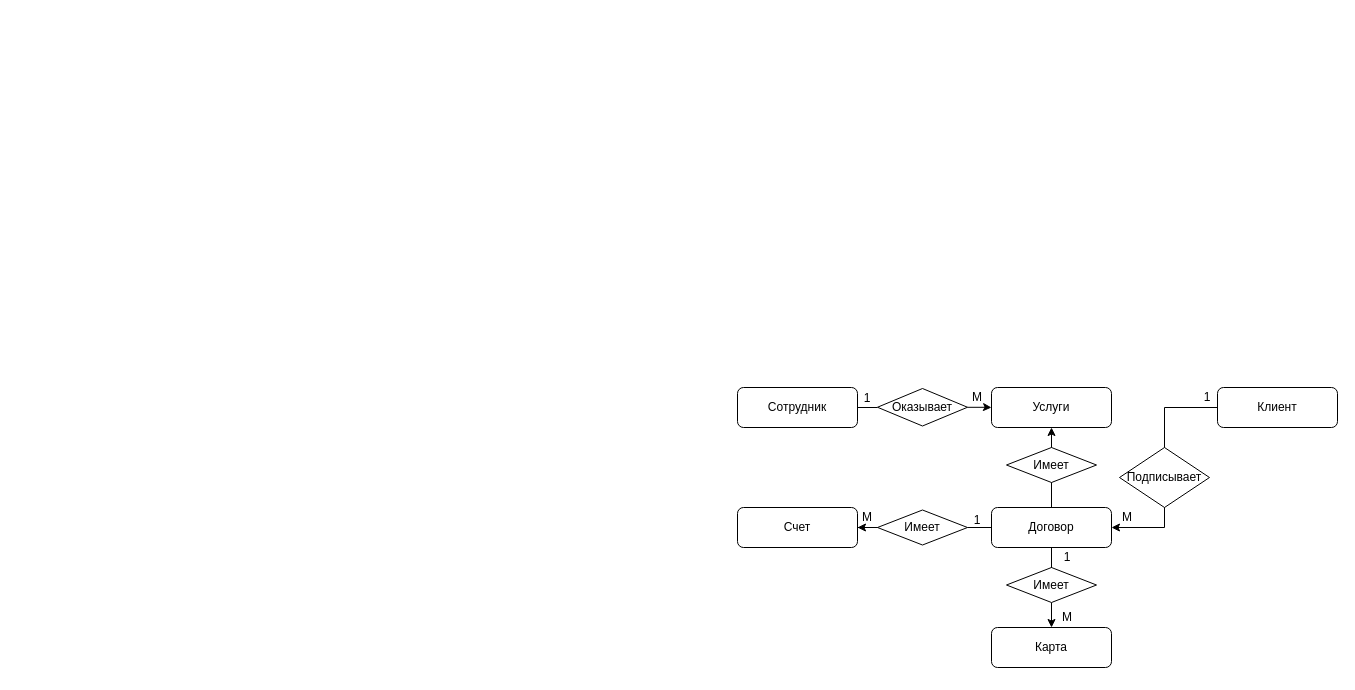
Earlier version of the draw.io diagram Vitaly.drawio (AndreNazar/drawio). Source tidied: cells renumbered, new cells numbered last; positions are measured from the earlier drawing's top-left corner, leaving out a move shared by most shapes. Both pictures are drawn from the tidied source at 100%, with x=0, y=0 at pixel (737, 387).
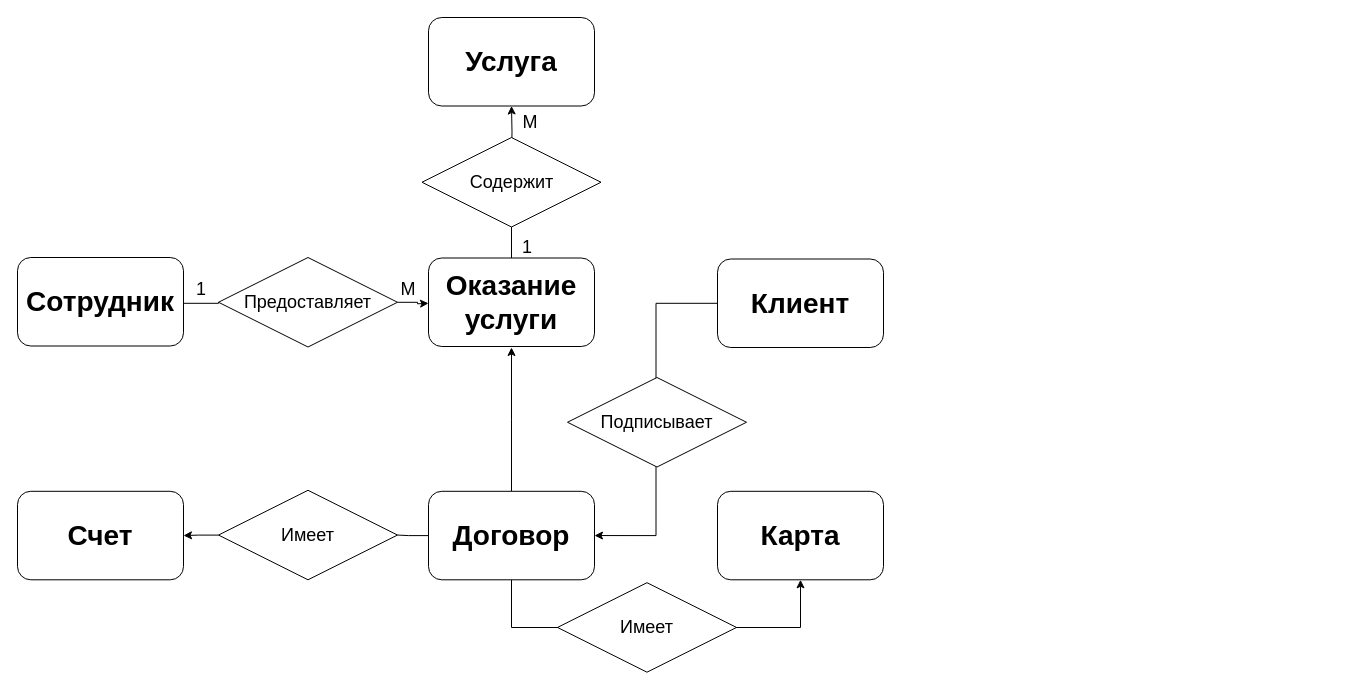
Above is the later version.

Diff of the diagram source:
```diff
@@
-    <mxCell id="2" style="edgeStyle=orthogonalEdgeStyle;rounded=0;jettySize=auto;html=1;exitX=0.5;exitY=0;exitDx=0;exitDy=0;entryX=0.5;entryY=1;entryDx=0;entryDy=0;" parent="1" edge="1" source="7" target="3">
-      <mxGeometry relative="1" as="geometry" />
+    <mxCell id="2" style="edgeStyle=orthogonalEdgeStyle;rounded=0;jettySize=auto;html=1;exitX=0.5;exitY=0;exitDx=0;exitDy=0;entryX=0.5;entryY=1;entryDx=0;entryDy=0;fontSize=18;" parent="1" edge="1" source="7">
+      <mxGeometry relative="1" as="geometry">
+        <mxPoint x="-226" y="-40" as="targetPoint" />
+      </mxGeometry>
     </mxCell>
-    <mxCell id="3" value="Услуги" style="rounded=1;whiteSpace=wrap;html=1;fontSize=12;glass=0;strokeWidth=1;shadow=0;" parent="1" vertex="1">
-      <mxGeometry x="254" width="120" height="40" as="geometry" />
-    </mxCell>
-    <mxCell id="4" style="edgeStyle=orthogonalEdgeStyle;rounded=0;jettySize=auto;html=1;entryX=1;entryY=0.5;entryDx=0;entryDy=0;startArrow=none;" parent="1" edge="1" source="15" target="10">
-      <mxGeometry relative="1" as="geometry" />
-    </mxCell>
-    <mxCell id="5" style="edgeStyle=orthogonalEdgeStyle;rounded=0;jettySize=auto;html=1;entryX=0.5;entryY=0;entryDx=0;entryDy=0;startArrow=none;" parent="1" edge="1" source="17" target="11">
-      <mxGeometry relative="1" as="geometry" />
-    </mxCell>
+    <mxCell id="29" style="edgeStyle=orthogonalEdgeStyle;rounded=0;jettySize=auto;html=1;entryX=0.5;entryY=1;entryDx=0;entryDy=0;fontSize=21;startArrow=none;" parent="1" edge="1" target="31">
+      <mxGeometry relative="1" as="geometry">
+        <mxPoint x="-226" y="-230" as="sourcePoint" />
+      </mxGeometry>
+    </mxCell>
+    <mxCell id="30" value="М" style="text;html=1;strokeColor=none;fillColor=none;align=center;verticalAlign=middle;whiteSpace=wrap;rounded=0;fontSize=18;" parent="1" vertex="1">
+      <mxGeometry x="-227" y="-275" width="40" height="20" as="geometry" />
+    </mxCell>
+    <mxCell id="31" value="Услуга" style="rounded=1;whiteSpace=wrap;html=1;fontSize=28;glass=0;strokeWidth=1;shadow=0;fontStyle=1;" parent="1" vertex="1">
+      <mxGeometry x="-309" y="-370" width="166" height="88.5" as="geometry" />
+    </mxCell>
+    <mxCell id="32" value="1" style="text;html=1;strokeColor=none;fillColor=none;align=center;verticalAlign=middle;whiteSpace=wrap;rounded=0;fontSize=18;" parent="1" vertex="1">
+      <mxGeometry x="-230" y="-150" width="40" height="20" as="geometry" />
+    </mxCell>
+    <mxCell id="33" style="edgeStyle=orthogonalEdgeStyle;rounded=0;jettySize=auto;html=1;entryX=0;entryY=0.5;entryDx=0;entryDy=0;fontSize=21;startArrow=none;" parent="1" edge="1" source="36">
+      <mxGeometry relative="1" as="geometry">
+        <mxPoint x="-309" y="-84.2" as="targetPoint" />
+      </mxGeometry>
+    </mxCell>
+    <mxCell id="10" value="Счет" style="rounded=1;whiteSpace=wrap;html=1;fontSize=28;glass=0;strokeWidth=1;shadow=0;fontStyle=1;" parent="1" vertex="1">
+      <mxGeometry x="-720" y="103.8" width="166" height="88.5" as="geometry" />
+    </mxCell>
+    <mxCell id="34" style="edgeStyle=orthogonalEdgeStyle;rounded=0;jettySize=auto;html=1;entryX=0.5;entryY=1;entryDx=0;entryDy=0;fontSize=21;exitX=0.5;exitY=1;exitDx=0;exitDy=0;" parent="1" edge="1" source="7" target="11">
+      <mxGeometry relative="1" as="geometry">
+        <Array as="points">
+          <mxPoint x="-226" y="240" />
+          <mxPoint x="63" y="240" />
+        </Array>
+      </mxGeometry>
+    </mxCell>
+    <mxCell id="35" style="edgeStyle=orthogonalEdgeStyle;rounded=0;jettySize=auto;html=1;entryX=1;entryY=0.5;entryDx=0;entryDy=0;fontSize=21;startArrow=none;" parent="1" edge="1" source="39" target="10">
+      <mxGeometry relative="1" as="geometry" />
+    </mxCell>
+    <mxCell id="7" value="Договор" style="rounded=1;whiteSpace=wrap;html=1;fontSize=28;glass=0;strokeWidth=1;shadow=0;fontStyle=1;" parent="1" vertex="1">
+      <mxGeometry x="-309" y="103.8" width="166" height="88.5" as="geometry" />
+    </mxCell>
+    <mxCell id="11" value="Карта" style="rounded=1;whiteSpace=wrap;html=1;fontSize=28;glass=0;strokeWidth=1;shadow=0;fontStyle=1;" parent="1" vertex="1">
+      <mxGeometry x="-20" y="103.8" width="166" height="88.5" as="geometry" />
+    </mxCell>
-    <mxCell id="6" style="edgeStyle=orthogonalEdgeStyle;rounded=0;jettySize=auto;html=1;exitX=0;exitY=0.5;exitDx=0;exitDy=0;entryX=1;entryY=0.5;entryDx=0;entryDy=0;" parent="1" edge="1" source="12" target="7">
+    <mxCell id="6" style="edgeStyle=orthogonalEdgeStyle;rounded=0;jettySize=auto;html=1;entryX=1;entryY=0.5;entryDx=0;entryDy=0;fontSize=28;" parent="1" edge="1" source="12" target="7">
       <mxGeometry relative="1" as="geometry" />
     </mxCell>
-    <mxCell id="7" value="Договор" style="rounded=1;whiteSpace=wrap;html=1;fontSize=12;glass=0;strokeWidth=1;shadow=0;" parent="1" vertex="1">
-      <mxGeometry x="254" y="120" width="120" height="40" as="geometry" />
-    </mxCell>
-    <mxCell id="8" style="edgeStyle=orthogonalEdgeStyle;rounded=0;jettySize=auto;html=1;entryX=0;entryY=0.5;entryDx=0;entryDy=0;startArrow=none;" parent="1" edge="1" source="13" target="3">
-      <mxGeometry relative="1" as="geometry" />
-    </mxCell>
+    <mxCell id="12" value="Клиент" style="rounded=1;whiteSpace=wrap;html=1;fontSize=28;glass=0;strokeWidth=1;shadow=0;fontStyle=1;" parent="1" vertex="1">
+      <mxGeometry x="-20" y="-128.5" width="166" height="88.5" as="geometry" />
+    </mxCell>
+    <mxCell id="36" value="Предоставляет" style="rhombus;whiteSpace=wrap;html=1;fontSize=18;" parent="1" vertex="1">
+      <mxGeometry x="-519" y="-130" width="179" height="89.5" as="geometry" />
+    </mxCell>
+    <mxCell id="37" style="edgeStyle=orthogonalEdgeStyle;rounded=0;jettySize=auto;html=1;entryX=0;entryY=0.5;entryDx=0;entryDy=0;fontSize=21;endArrow=none;" parent="1" edge="1" target="36">
+      <mxGeometry relative="1" as="geometry">
+        <mxPoint x="-554" y="-84.2" as="sourcePoint" />
+      </mxGeometry>
+    </mxCell>
+    <mxCell id="38" style="edgeStyle=orthogonalEdgeStyle;rounded=0;orthogonalLoop=1;jettySize=auto;html=1;entryX=0.5;entryY=1;entryDx=0;entryDy=0;fontSize=21;endArrow=none;" parent="1" edge="1">
+      <mxGeometry relative="1" as="geometry">
+        <mxPoint x="-226" y="-128.5" as="sourcePoint" />
+        <mxPoint x="-226" y="-182.5" as="targetPoint" />
+      </mxGeometry>
+    </mxCell>
+    <mxCell id="39" value="Имеет" style="rhombus;whiteSpace=wrap;html=1;fontSize=18;" parent="1" vertex="1">
+      <mxGeometry x="-519" y="102.8" width="179" height="89.5" as="geometry" />
+    </mxCell>
+    <mxCell id="40" style="edgeStyle=orthogonalEdgeStyle;rounded=0;jettySize=auto;html=1;entryX=1;entryY=0.5;entryDx=0;entryDy=0;fontSize=21;endArrow=none;" parent="1" edge="1" source="7" target="39">
+      <mxGeometry relative="1" as="geometry" />
+    </mxCell>
+    <mxCell id="41" value="Оказание услуги" style="rounded=1;whiteSpace=wrap;html=1;fontSize=28;glass=0;strokeWidth=1;shadow=0;fontStyle=1;" parent="1" vertex="1">
+      <mxGeometry x="-309" y="-129.5" width="166" height="88.5" as="geometry" />
+    </mxCell>
-    <mxCell id="9" value="Сотрудник" style="rounded=1;whiteSpace=wrap;html=1;fontSize=12;glass=0;strokeWidth=1;shadow=0;" parent="1" vertex="1">
-      <mxGeometry width="120" height="40" as="geometry" />
+    <mxCell id="9" value="Сотрудник" style="rounded=1;whiteSpace=wrap;html=1;fontSize=28;glass=0;strokeWidth=1;shadow=0;fontStyle=1;" parent="1" vertex="1">
+      <mxGeometry x="-720" y="-130" width="166" height="88.5" as="geometry" />
     </mxCell>
-    <mxCell id="10" value="Счет" style="rounded=1;whiteSpace=wrap;html=1;fontSize=12;glass=0;strokeWidth=1;shadow=0;" parent="1" vertex="1">
-      <mxGeometry y="120" width="120" height="40" as="geometry" />
-    </mxCell>
-    <mxCell id="11" value="Карта" style="rounded=1;whiteSpace=wrap;html=1;fontSize=12;glass=0;strokeWidth=1;shadow=0;" parent="1" vertex="1">
-      <mxGeometry x="254" y="240" width="120" height="40" as="geometry" />
-    </mxCell>
-    <mxCell id="12" value="Клиент" style="rounded=1;whiteSpace=wrap;html=1;fontSize=12;glass=0;strokeWidth=1;shadow=0;" parent="1" vertex="1">
-      <mxGeometry x="480" width="120" height="40" as="geometry" />
-    </mxCell>
-    <mxCell id="13" value="Оказывает" style="rhombus;whiteSpace=wrap;html=1;fontSize=12;" parent="1" vertex="1">
-      <mxGeometry x="140" y="1" width="90" height="37.5" as="geometry" />
-    </mxCell>
-    <mxCell id="14" style="edgeStyle=orthogonalEdgeStyle;rounded=0;jettySize=auto;html=1;entryX=0;entryY=0.5;entryDx=0;entryDy=0;endArrow=none;" parent="1" edge="1" source="9" target="13">
-      <mxGeometry relative="1" as="geometry" />
-    </mxCell>
-    <mxCell id="15" value="Имеет" style="rhombus;whiteSpace=wrap;html=1;fontSize=12;" parent="1" vertex="1">
-      <mxGeometry x="140" y="122.5" width="90" height="35" as="geometry" />
-    </mxCell>
-    <mxCell id="16" style="edgeStyle=orthogonalEdgeStyle;rounded=0;jettySize=auto;html=1;entryX=1;entryY=0.5;entryDx=0;entryDy=0;endArrow=none;" parent="1" edge="1" source="7" target="15">
-      <mxGeometry relative="1" as="geometry" />
-    </mxCell>
-    <mxCell id="17" value="Имеет" style="rhombus;whiteSpace=wrap;html=1;fontSize=12;" parent="1" vertex="1">
-      <mxGeometry x="269" y="180" width="90" height="35" as="geometry" />
-    </mxCell>
-    <mxCell id="18" style="edgeStyle=orthogonalEdgeStyle;rounded=0;jettySize=auto;html=1;entryX=0.5;entryY=0;entryDx=0;entryDy=0;endArrow=none;" parent="1" edge="1" source="7" target="17">
-      <mxGeometry relative="1" as="geometry" />
-    </mxCell>
+    <mxCell id="42" value="Имеет" style="rhombus;whiteSpace=wrap;html=1;fontSize=18;" parent="1" vertex="1">
+      <mxGeometry x="-180" y="195.2" width="179" height="89.5" as="geometry" />
+    </mxCell>
+    <mxCell id="43" value="Содержит" style="rhombus;whiteSpace=wrap;html=1;fontSize=18;" parent="1" vertex="1">
+      <mxGeometry x="-315.5" y="-250" width="179" height="89.5" as="geometry" />
+    </mxCell>
-    <mxCell id="19" value="Подписывает" style="rhombus;whiteSpace=wrap;html=1;fontSize=12;" parent="1" vertex="1">
-      <mxGeometry x="382" y="60" width="90" height="60" as="geometry" />
+    <mxCell id="19" value="Подписывает" style="rhombus;whiteSpace=wrap;html=1;fontSize=18;" parent="1" vertex="1">
+      <mxGeometry x="-170" y="-10" width="179" height="89.5" as="geometry" />
     </mxCell>
-    <mxCell id="20" value="Имеет" style="rhombus;whiteSpace=wrap;html=1;fontSize=12;" parent="1" vertex="1">
-      <mxGeometry x="269" y="60" width="90" height="35" as="geometry" />
-    </mxCell>
-    <mxCell id="21" value="1" style="text;html=1;strokeColor=none;fillColor=none;align=center;verticalAlign=middle;whiteSpace=wrap;rounded=0;fontSize=12;" parent="1" vertex="1">
-      <mxGeometry x="450" width="40" height="20" as="geometry" />
-    </mxCell>
-    <mxCell id="22" value="M" style="text;html=1;strokeColor=none;fillColor=none;align=center;verticalAlign=middle;whiteSpace=wrap;rounded=0;fontSize=12;" parent="1" vertex="1">
-      <mxGeometry x="370" y="120" width="40" height="20" as="geometry" />
-    </mxCell>
-    <mxCell id="23" value="M" style="text;html=1;strokeColor=none;fillColor=none;align=center;verticalAlign=middle;whiteSpace=wrap;rounded=0;fontSize=12;" parent="1" vertex="1">
-      <mxGeometry x="310" y="220" width="40" height="20" as="geometry" />
-    </mxCell>
-    <mxCell id="24" value="1" style="text;html=1;strokeColor=none;fillColor=none;align=center;verticalAlign=middle;whiteSpace=wrap;rounded=0;fontSize=12;" parent="1" vertex="1">
-      <mxGeometry x="310" y="160" width="40" height="20" as="geometry" />
-    </mxCell>
-    <mxCell id="25" value="1" style="text;html=1;strokeColor=none;fillColor=none;align=center;verticalAlign=middle;whiteSpace=wrap;rounded=0;fontSize=12;" parent="1" vertex="1">
-      <mxGeometry x="220" y="122.5" width="40" height="20" as="geometry" />
-    </mxCell>
-    <mxCell id="26" value="M" style="text;html=1;strokeColor=none;fillColor=none;align=center;verticalAlign=middle;whiteSpace=wrap;rounded=0;fontSize=12;" parent="1" vertex="1">
-      <mxGeometry x="110" y="120" width="40" height="20" as="geometry" />
-    </mxCell>
-    <mxCell id="27" value="1" style="text;html=1;strokeColor=none;fillColor=none;align=center;verticalAlign=middle;whiteSpace=wrap;rounded=0;fontSize=12;" parent="1" vertex="1">
-      <mxGeometry x="110" y="1" width="40" height="20" as="geometry" />
-    </mxCell>
-    <mxCell id="28" value="M" style="text;html=1;strokeColor=none;fillColor=none;align=center;verticalAlign=middle;whiteSpace=wrap;rounded=0;fontSize=12;" parent="1" vertex="1">
-      <mxGeometry x="220" width="40" height="20" as="geometry" />
-    </mxCell>
+    <mxCell id="44" value="1" style="text;html=1;strokeColor=none;fillColor=none;align=center;verticalAlign=middle;whiteSpace=wrap;rounded=0;fontSize=18;" parent="1" vertex="1">
+      <mxGeometry x="-556" y="-108" width="40" height="20" as="geometry" />
+    </mxCell>
+    <mxCell id="45" value="М" style="text;html=1;strokeColor=none;fillColor=none;align=center;verticalAlign=middle;whiteSpace=wrap;rounded=0;fontSize=18;" parent="1" vertex="1">
+      <mxGeometry x="-349" y="-108" width="40" height="20" as="geometry" />
+    </mxCell>
```
